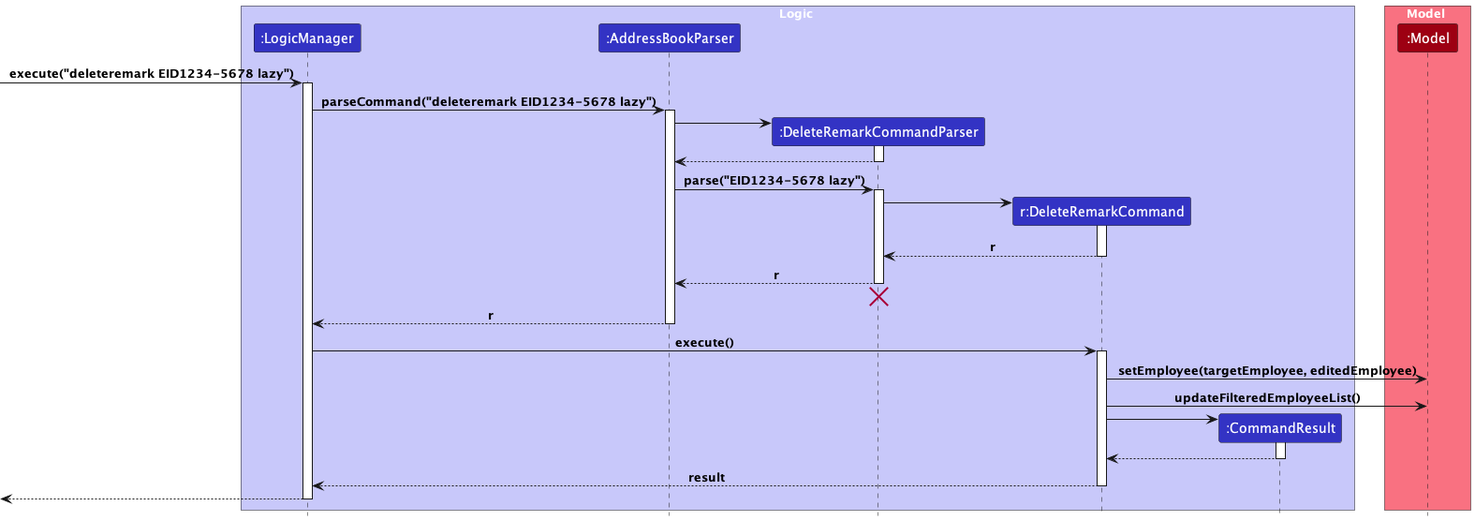
nus-cs2103-AY2324S1/tp keeps this PlantUML diagram as docs/images/DeleteRemarkSequenceDiagram.png. Above is the earlier version.
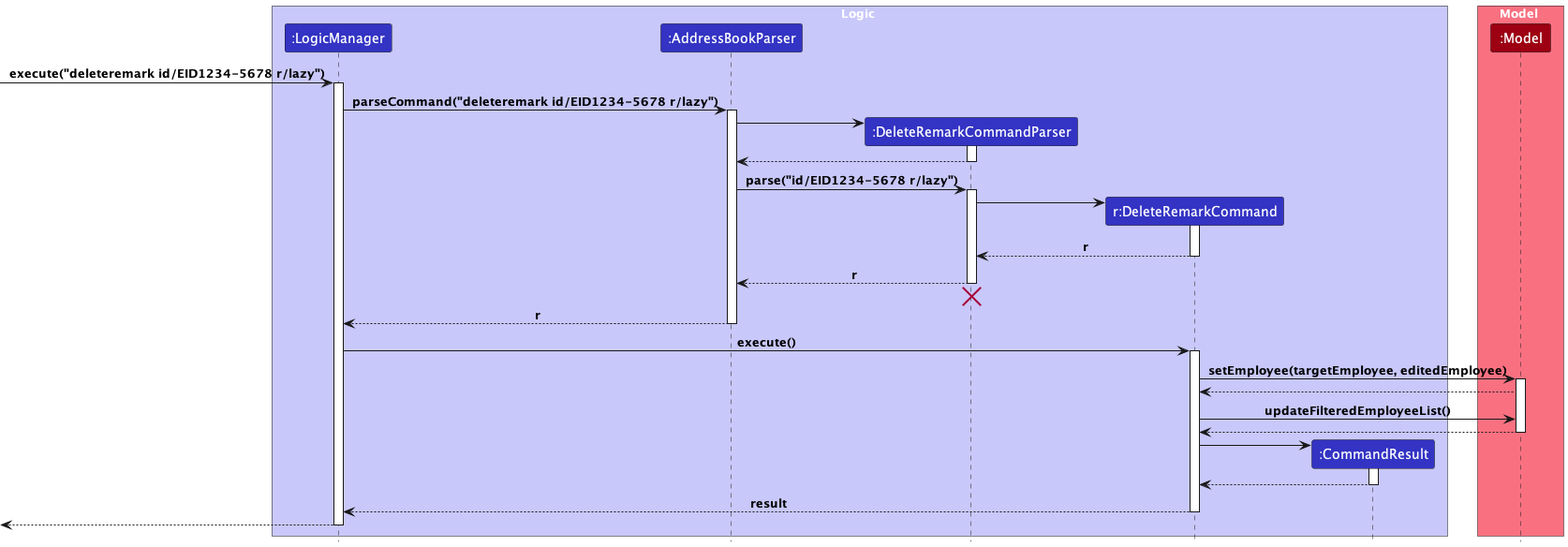
Above is the later version.

What changed in the source:
```diff
@@ -12,10 +12,10 @@
 box Model MODEL_COLOR_T1
 participant ":Model" as Model MODEL_COLOR
 end box
-[-> LogicManager : execute("deleteremark EID1234-5678 lazy")
+[-> LogicManager : execute("deleteremark id/EID1234-5678 r/lazy")
 activate LogicManager
 
-LogicManager -> AddressBookParser : parseCommand("deleteremark EID1234-5678 lazy")
+LogicManager -> AddressBookParser : parseCommand("deleteremark id/EID1234-5678 r/lazy")
 activate AddressBookParser
 
 create DeleteRemarkCommandParser
@@ -25,7 +25,7 @@
 DeleteRemarkCommandParser --> AddressBookParser
 deactivate DeleteRemarkCommandParser
 
-AddressBookParser -> DeleteRemarkCommandParser : parse("EID1234-5678 lazy")
+AddressBookParser -> DeleteRemarkCommandParser : parse("id/EID1234-5678 r/lazy")
 activate DeleteRemarkCommandParser
 
 create DeleteRemarkCommand
@@ -48,7 +48,14 @@
 activate DeleteRemarkCommand
 
 DeleteRemarkCommand -> Model : setEmployee(targetEmployee, editedEmployee)
+activate Model
+
+Model --> DeleteRemarkCommand
+
 DeleteRemarkCommand -> Model : updateFilteredEmployeeList()
+
+Model --> DeleteRemarkCommand
+deactivate Model
 
 create CommandResult
 DeleteRemarkCommand -> CommandResult
```
